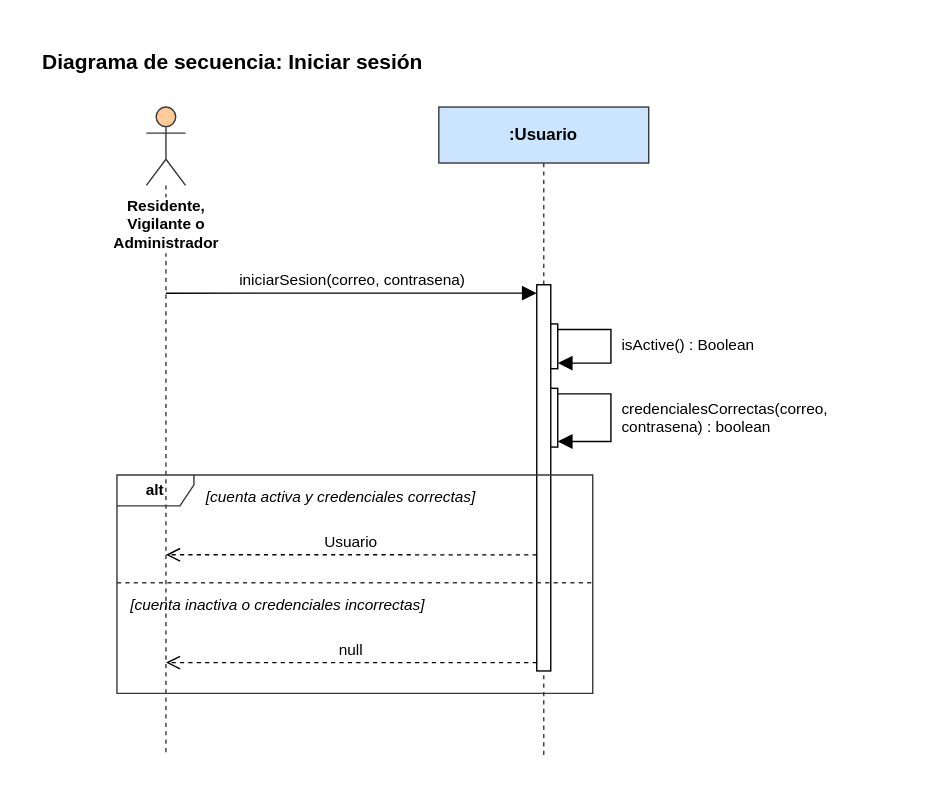
Earlier version of the draw.io export Diagramas/Secuencia/iniciar-sesion.svg (manuel20051208/HorizontalSoftware-Back-End). Source tidied: cells renumbered, new cells last; positions are measured from the earlier drawing's top-left corner, leaving out a move shared by most shapes.
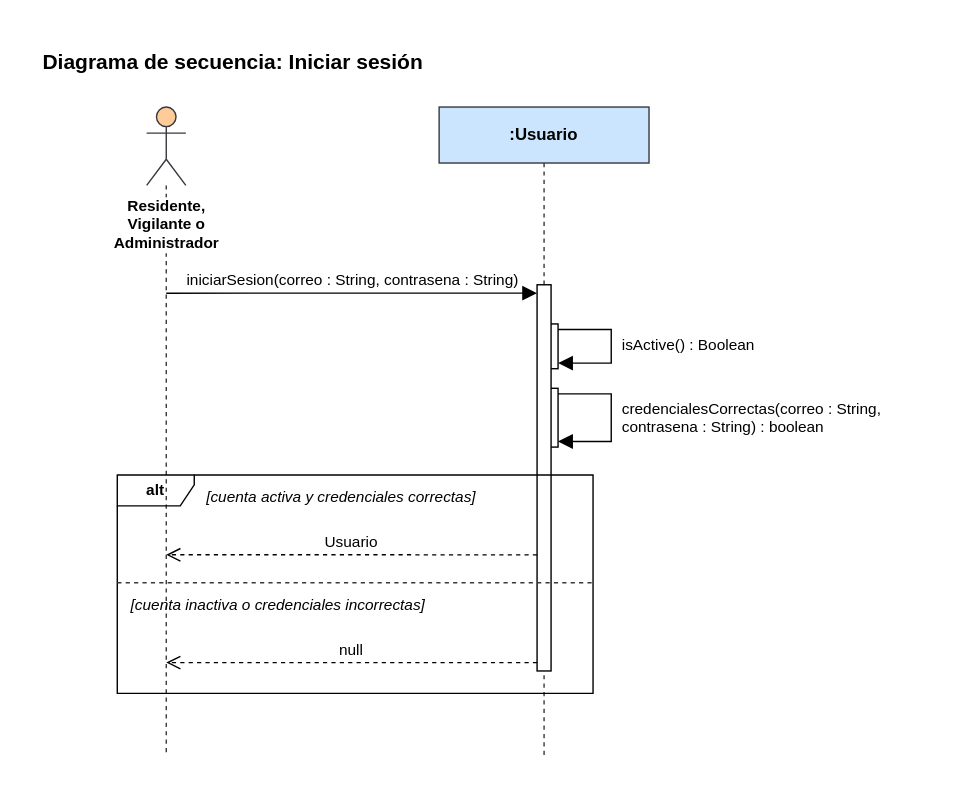
After the change.

The edit, as a diff of the source:
```diff
@@ -20,7 +20,7 @@
     <mxCell id="7" style="html=1;points=[];perimeter=orthogonalPerimeter;fillColor=#ffffff;strokeColor=#000000;" parent="1" vertex="1">
       <mxGeometry x="355" y="175" width="10" height="276" as="geometry" />
     </mxCell>
-    <mxCell id="8" value="iniciarSesion(correo, contrasena)" style="html=1;verticalAlign=bottom;rounded=0;fontSize=11;strokeColor=#000000;endArrow=block;endFill=1;endSize=8;exitX=0.5000;exitY=0.2873;exitDx=0;exitDy=0;exitPerimeter=0;entryX=0.0000;entryY=0.0217;entryDx=0;entryDy=0;entryPerimeter=0;" parent="1" edge="1" source="3" target="7">
+    <mxCell id="8" value="iniciarSesion(correo : String, contrasena : String)" style="html=1;verticalAlign=bottom;rounded=0;fontSize=11;strokeColor=#000000;endArrow=block;endFill=1;endSize=8;exitX=0.5000;exitY=0.2873;exitDx=0;exitDy=0;exitPerimeter=0;entryX=0.0000;entryY=0.0217;entryDx=0;entryDy=0;entryPerimeter=0;" parent="1" edge="1" source="3" target="7">
       <mxGeometry relative="1" as="geometry" />
     </mxCell>
     <mxCell id="9" style="html=1;rounded=0;endArrow=block;endFill=1;endSize=8;strokeColor=#000000;exitX=1.0000;exitY=0.1250;exitDx=0;exitDy=0;exitPerimeter=0;entryX=1.0000;entryY=0.8750;entryDx=0;entryDy=0;entryPerimeter=0;" parent="1" edge="1" source="5" target="5">
@@ -48,10 +48,10 @@
     <mxCell id="13" value="isActive() : Boolean" style="text;html=1;align=left;verticalAlign=top;whiteSpace=wrap;overflow=hidden;fontSize=11;" parent="1" vertex="1">
       <mxGeometry x="414" y="205" width="185" height="28" as="geometry" />
     </mxCell>
-    <mxCell id="14" value="credencialesCorrectas(correo,&lt;br&gt;contrasena) : boolean" style="text;html=1;align=left;verticalAlign=top;whiteSpace=wrap;overflow=hidden;fontSize=11;" parent="1" vertex="1">
-      <mxGeometry x="414" y="251" width="185" height="38" as="geometry" />
+    <mxCell id="14" value="credencialesCorrectas(correo : String,&lt;br&gt;contrasena : String) : boolean" style="text;html=1;align=left;verticalAlign=top;whiteSpace=wrap;overflow=hidden;fontSize=11;" parent="1" vertex="1">
+      <mxGeometry x="414" y="251" width="216" height="38" as="geometry" />
     </mxCell>
-    <mxCell id="15" value="alt" style="shape=umlFrame;whiteSpace=wrap;html=1;fillColor=none;strokeColor=#36393d;fontStyle=1;fontSize=11;width=55;height=22;" parent="1" vertex="1">
+    <mxCell id="15" value="alt" style="shape=umlFrame;whiteSpace=wrap;html=1;fontStyle=1;fontSize=11;width=55;height=22;fillColor=none;" parent="1" vertex="1">
       <mxGeometry x="55" y="311" width="340" height="156" as="geometry" />
     </mxCell>
     <mxCell id="16" style="endArrow=none;dashed=1;html=1;strokeColor=#36393d;" parent="1" edge="1">
```
